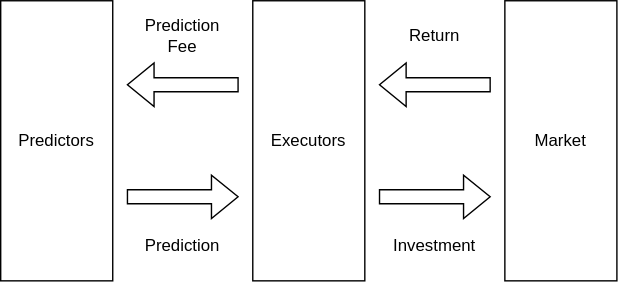
Before: static/svgs/overview.svg, a diagram exported from draw.io (alphasea-dapp/alphasea-website). Source tidied: cells renumbered, new cells last; positions are measured from the earlier drawing's top-left corner, leaving out a move shared by most shapes. The source it was exported from:
```xml
<mxGraphModel>
  <root>
    <mxCell id="0" />
    <mxCell id="1" parent="0" />
    <mxCell id="2" value="Investment" style="text;html=1;strokeColor=none;fillColor=none;align=center;verticalAlign=middle;whiteSpace=wrap;rounded=0;" parent="1" vertex="1">
      <mxGeometry x="280" y="160" width="60" height="30" as="geometry" />
    </mxCell>
    <mxCell id="3" value="Predictors" style="rounded=0;whiteSpace=wrap;html=1;fillColor=none;" parent="1" vertex="1">
      <mxGeometry width="80" height="200" as="geometry" />
    </mxCell>
    <mxCell id="4" value="Executors" style="rounded=0;whiteSpace=wrap;html=1;fillColor=none;" parent="1" vertex="1">
      <mxGeometry x="180" width="80" height="200" as="geometry" />
    </mxCell>
    <mxCell id="5" value="Market" style="rounded=0;whiteSpace=wrap;html=1;fillColor=none;" parent="1" vertex="1">
      <mxGeometry x="360" width="80" height="200" as="geometry" />
    </mxCell>
    <mxCell id="6" value="Return" style="text;html=1;strokeColor=none;fillColor=none;align=center;verticalAlign=middle;whiteSpace=wrap;rounded=0;" parent="1" vertex="1">
      <mxGeometry x="280" y="10" width="60" height="30" as="geometry" />
    </mxCell>
    <mxCell id="7" value="Prediction" style="text;html=1;strokeColor=none;fillColor=none;align=center;verticalAlign=middle;whiteSpace=wrap;rounded=0;" parent="1" vertex="1">
      <mxGeometry x="100" y="160" width="60" height="30" as="geometry" />
    </mxCell>
    <mxCell id="8" value="Prediction&lt;br&gt;Fee" style="text;html=1;strokeColor=none;fillColor=none;align=center;verticalAlign=middle;whiteSpace=wrap;rounded=0;" parent="1" vertex="1">
      <mxGeometry x="100" y="10" width="60" height="30" as="geometry" />
    </mxCell>
    <mxCell id="9" style="shape=flexArrow;endArrow=classic;html=1;rounded=0;" parent="1" edge="1">
      <mxGeometry relative="1" as="geometry">
        <mxPoint x="170" y="60" as="sourcePoint" />
        <mxPoint x="90" y="60" as="targetPoint" />
      </mxGeometry>
    </mxCell>
    <mxCell id="10" style="shape=flexArrow;endArrow=classic;html=1;rounded=0;" parent="1" edge="1">
      <mxGeometry relative="1" as="geometry">
        <mxPoint x="350" y="60" as="sourcePoint" />
        <mxPoint x="270" y="60" as="targetPoint" />
      </mxGeometry>
    </mxCell>
    <mxCell id="11" style="shape=flexArrow;endArrow=classic;html=1;rounded=0;" parent="1" edge="1">
      <mxGeometry relative="1" as="geometry">
        <mxPoint x="90" y="140" as="sourcePoint" />
        <mxPoint x="170" y="140" as="targetPoint" />
      </mxGeometry>
    </mxCell>
    <mxCell id="12" style="shape=flexArrow;endArrow=classic;html=1;rounded=0;" parent="1" edge="1">
      <mxGeometry relative="1" as="geometry">
        <mxPoint x="270" y="140" as="sourcePoint" />
        <mxPoint x="350" y="140" as="targetPoint" />
      </mxGeometry>
    </mxCell>
  </root>
</mxGraphModel>
```
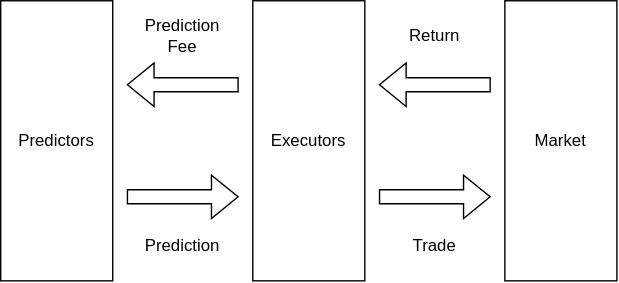
After the change.

Change to the diagram source:
```diff
@@ -2,7 +2,7 @@
   <root>
     <mxCell id="0" />
     <mxCell id="1" parent="0" />
-    <mxCell id="2" value="Investment" style="text;html=1;strokeColor=none;fillColor=none;align=center;verticalAlign=middle;whiteSpace=wrap;rounded=0;" parent="1" vertex="1">
+    <mxCell id="2" value="Trade" style="text;html=1;strokeColor=none;fillColor=none;align=center;verticalAlign=middle;whiteSpace=wrap;rounded=0;" parent="1" vertex="1">
       <mxGeometry x="280" y="160" width="60" height="30" as="geometry" />
     </mxCell>
     <mxCell id="3" value="Predictors" style="rounded=0;whiteSpace=wrap;html=1;fillColor=none;" parent="1" vertex="1">
```
